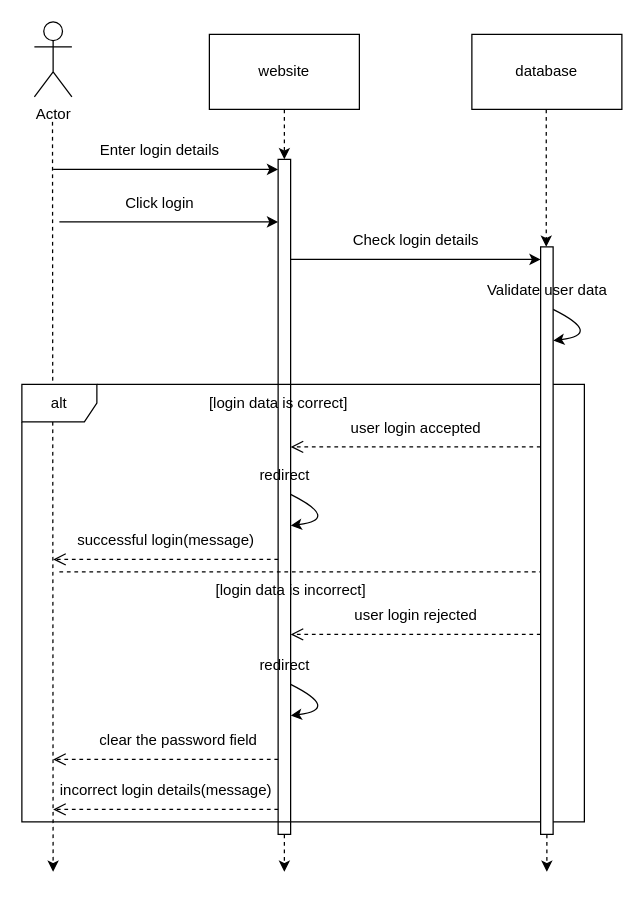
Above: Untitled Diagram.drawio in CodeSithum/sequencediagram (draw.io), before the change. Source tidied: cells renumbered, new cells numbered last; positions are measured from the earlier drawing's top-left corner, leaving out a move shared by most shapes. Both pictures are drawn from the tidied source at 125%, with x=0, y=0 at pixel (21, 21).
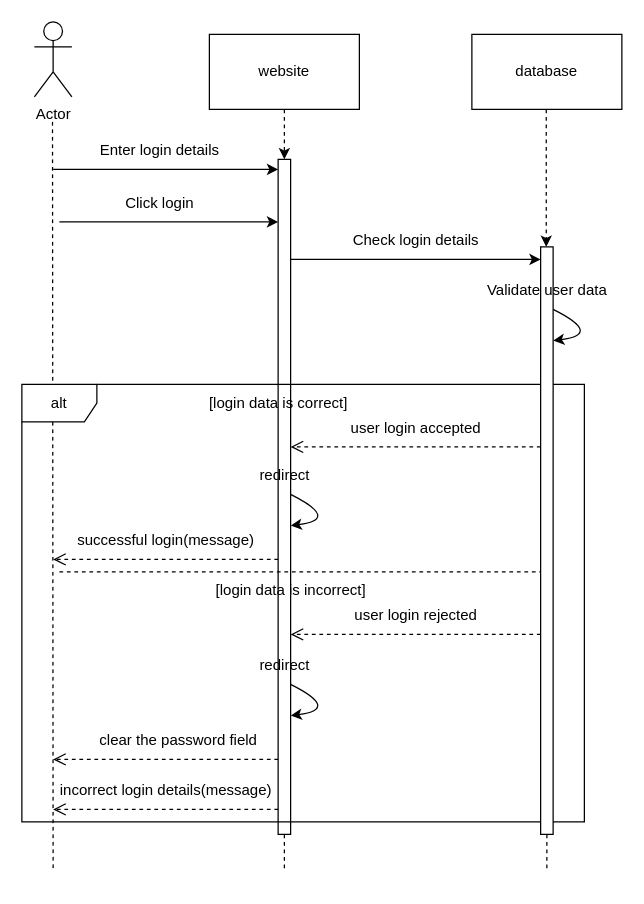
Above is the later version.

The change refers to these unchanged cells:
```xml
<mxCell id="4" style="html=1;points=[];perimeter=orthogonalPerimeter;outlineConnect=0;targetShapes=umlLifeline;portConstraint=eastwest;newEdgeStyle={&quot;edgeStyle&quot;:&quot;elbowEdgeStyle&quot;,&quot;elbow&quot;:&quot;vertical&quot;,&quot;curved&quot;:0,&quot;rounded&quot;:0};" parent="1" vertex="1">
  <mxGeometry x="205" y="110" width="10" height="540" as="geometry" />
</mxCell>
<mxCell id="36" style="html=1;points=[];perimeter=orthogonalPerimeter;outlineConnect=0;targetShapes=umlLifeline;portConstraint=eastwest;newEdgeStyle={&quot;edgeStyle&quot;:&quot;elbowEdgeStyle&quot;,&quot;elbow&quot;:&quot;vertical&quot;,&quot;curved&quot;:0,&quot;rounded&quot;:0};" parent="1" vertex="1">
  <mxGeometry x="415" y="180" width="10" height="470" as="geometry" />
</mxCell>
```

Change to the diagram source:
```diff
@@
-    <mxCell id="8" style="endArrow=classic;html=1;rounded=0;exitX=0.5;exitY=1;exitDx=0;exitDy=0;dashed=1;" parent="1" edge="1" source="4">
+    <mxCell id="8" style="endArrow=none;html=1;rounded=0;exitX=0.5;exitY=1;exitDx=0;exitDy=0;dashed=1;endFill=0;" parent="1" edge="1" source="4">
       <mxGeometry relative="1" as="geometry">
         <mxPoint x="210" y="680" as="targetPoint" />
       </mxGeometry>
     </mxCell>
-    <mxCell id="9" style="endArrow=classic;html=1;rounded=0;exitX=0.5;exitY=1;exitDx=0;exitDy=0;dashed=1;" parent="1" edge="1" source="36">
+    <mxCell id="9" style="endArrow=none;html=1;rounded=0;exitX=0.5;exitY=1;exitDx=0;exitDy=0;dashed=1;endFill=0;" parent="1" edge="1" source="36">
       <mxGeometry relative="1" as="geometry">
         <mxPoint x="420" y="680" as="targetPoint" />
       </mxGeometry>
     </mxCell>
-    <mxCell id="10" style="endArrow=classic;html=1;rounded=0;exitX=0.5;exitY=1;exitDx=0;exitDy=0;dashed=1;" parent="1" edge="1">
+    <mxCell id="10" style="endArrow=none;html=1;rounded=0;exitX=0.5;exitY=1;exitDx=0;exitDy=0;dashed=1;endFill=0;" parent="1" edge="1">
       <mxGeometry relative="1" as="geometry">
         <mxPoint x="24.5" y="80" as="sourcePoint" />
         <mxPoint x="25" y="680" as="targetPoint" />
       </mxGeometry>
     </mxCell>
```
